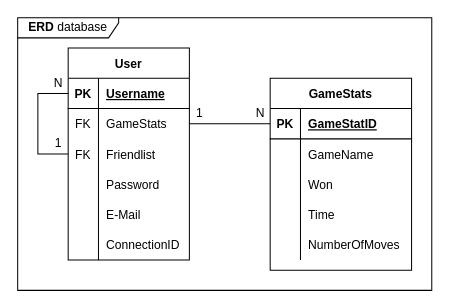
The draw.io diagram diagrams/database/entity-relation-diagram.drawio in Macradon/I7BAC-PlugNPlay, before the edit. Source tidied: cells renumbered, new cells numbered last; positions are measured from the earlier drawing's top-left corner, leaving out a move shared by most shapes. Both pictures are drawn from the tidied source at 101%, with x=0, y=0 at pixel (17, 17).
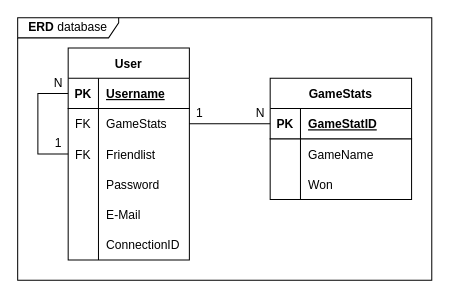
The same diagram, later.

Commit message:
ERD rettelser

What changed in the source:
```diff
@@
     <mxCell id="23" value="&lt;b&gt;ERD&lt;/b&gt; database" style="shape=umlFrame;whiteSpace=wrap;html=1;width=100;height=20;" parent="1" vertex="1">
-      <mxGeometry width="410" height="270" as="geometry" />
+      <mxGeometry width="410" height="260" as="geometry" />
     </mxCell>
     <mxCell id="24" value="GameStats" style="shape=table;startSize=30;childLayout=tableLayout;rowLines=0;fontStyle=1;align=center;" parent="1" vertex="1">
-      <mxGeometry x="250" y="60" width="140" height="190" as="geometry" />
+      <mxGeometry x="250" y="60" width="140" height="120" as="geometry" />
     </mxCell>
@@
-    <mxCell id="34" style="shape=partialRectangle;fillColor=none;top=0;left=0;bottom=0;right=0;" parent="24" vertex="1">
-      <mxGeometry y="120" width="140" height="30" as="geometry" />
-    </mxCell>
-    <mxCell id="35" style="shape=partialRectangle;fillColor=none;top=0;left=0;bottom=0;right=0;overflow=hidden;" parent="34" vertex="1">
-      <mxGeometry width="30" height="30" as="geometry" />
-    </mxCell>
-    <mxCell id="36" value="Time" style="shape=partialRectangle;fillColor=none;top=0;left=0;bottom=0;right=0;align=left;spacingLeft=6;overflow=hidden;" parent="34" vertex="1">
-      <mxGeometry x="30" width="110" height="30" as="geometry" />
-    </mxCell>
-    <mxCell id="37" style="shape=partialRectangle;fillColor=none;top=0;left=0;bottom=0;right=0;" parent="24" vertex="1">
-      <mxGeometry y="150" width="140" height="30" as="geometry" />
-    </mxCell>
-    <mxCell id="38" style="shape=partialRectangle;fillColor=none;top=0;left=0;bottom=0;right=0;overflow=hidden;" parent="37" vertex="1">
-      <mxGeometry width="30" height="30" as="geometry" />
-    </mxCell>
-    <mxCell id="39" value="NumberOfMoves" style="shape=partialRectangle;fillColor=none;top=0;left=0;bottom=0;right=0;align=left;spacingLeft=6;overflow=hidden;" parent="37" vertex="1">
-      <mxGeometry x="30" width="110" height="30" as="geometry" />
-    </mxCell>
```
